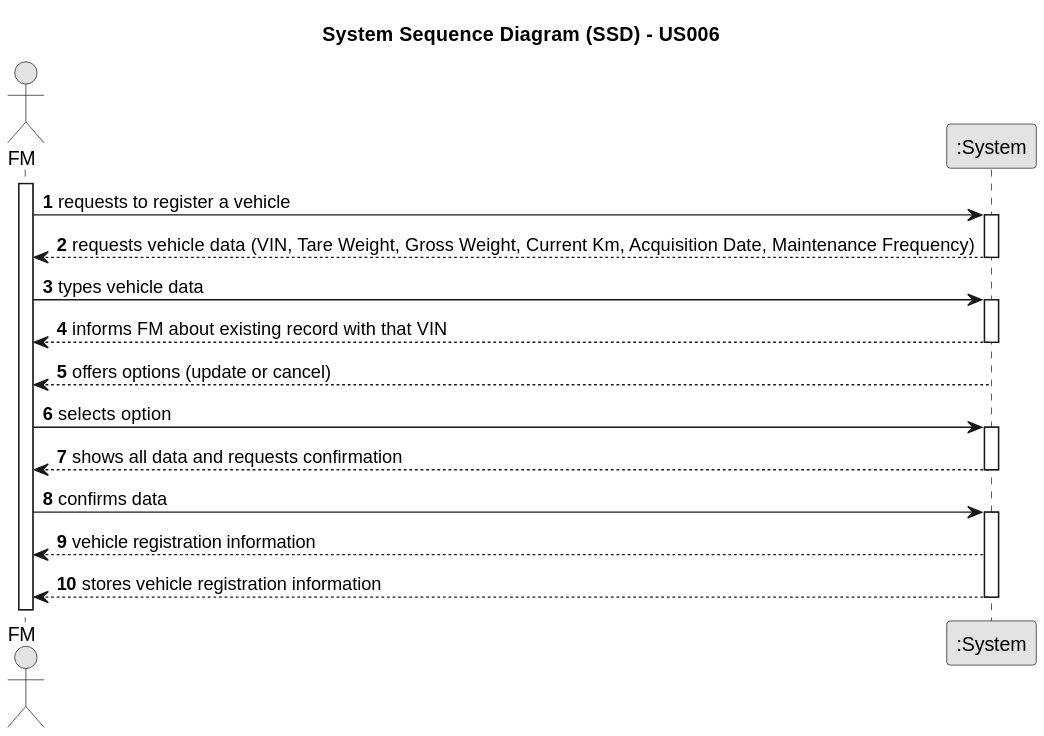
This is docs/sprintA/us006/01.requirements-engineering/svg/us006-system-sequence-diagram-alternative-two.svg from ricardomm7/leaflink, a PlantUML export, as it was before one commit.
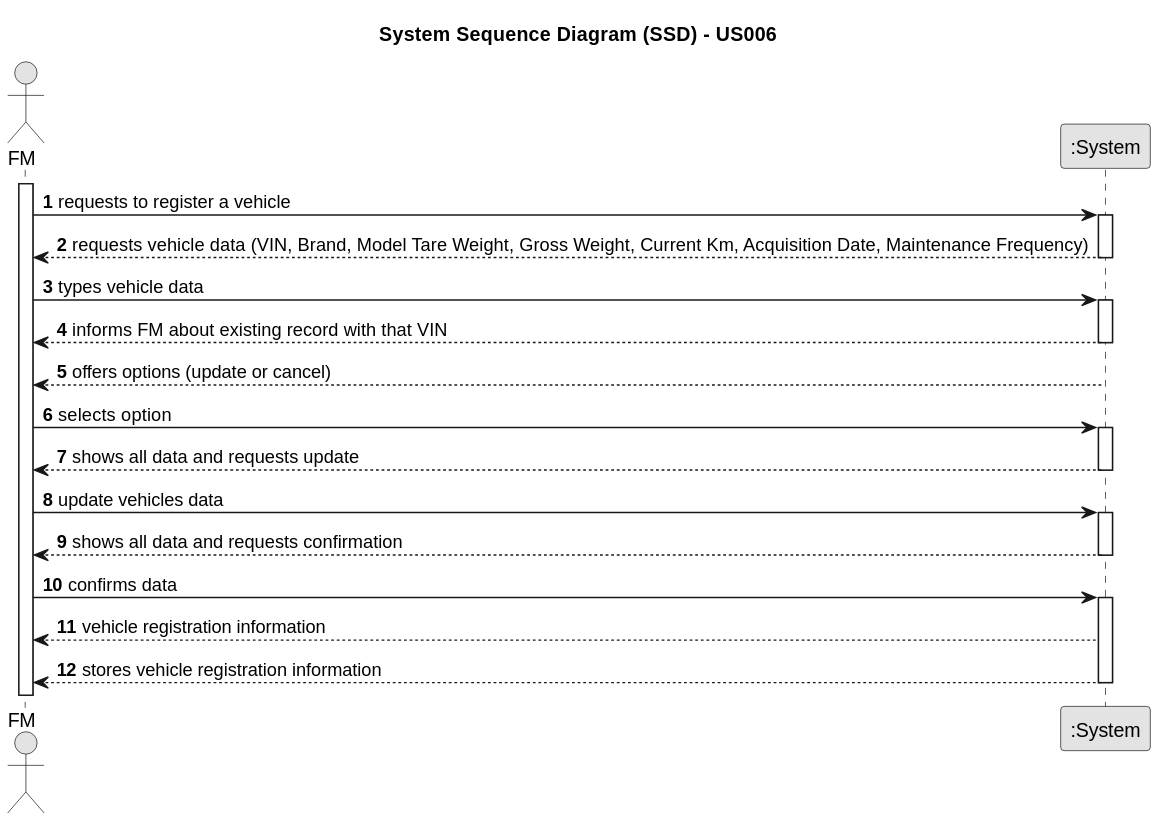
After the change.

Change to the diagram source:
```diff
@@ -15,7 +15,7 @@
     FM -> System : requests to register a vehicle
     activate System
 
-        System --> FM : requests vehicle data (VIN, Tare Weight, Gross Weight, Current Km, Acquisition Date, Maintenance Frequency)
+        System --> FM : requests vehicle data (VIN, Brand, Model Tare Weight, Gross Weight, Current Km, Acquisition Date, Maintenance Frequency)
     deactivate System
 
     FM -> System : types vehicle data
@@ -30,13 +30,19 @@
     FM -> System : selects option
         activate System
 
-        System --> FM : shows all data and requests confirmation
+        System --> FM : shows all data and requests update
+    deactivate System
+
+    FM -> System : update vehicles data
+    activate System
+
+    System --> FM : shows all data and requests confirmation
     deactivate System
 
     FM -> System : confirms data
     activate System
 
-        System --> FM :  vehicle registration information
-        System --> FM : stores vehicle registration information
+    System --> FM :  vehicle registration information
+    System --> FM : stores vehicle registration information
     deactivate System
 @enduml
```
